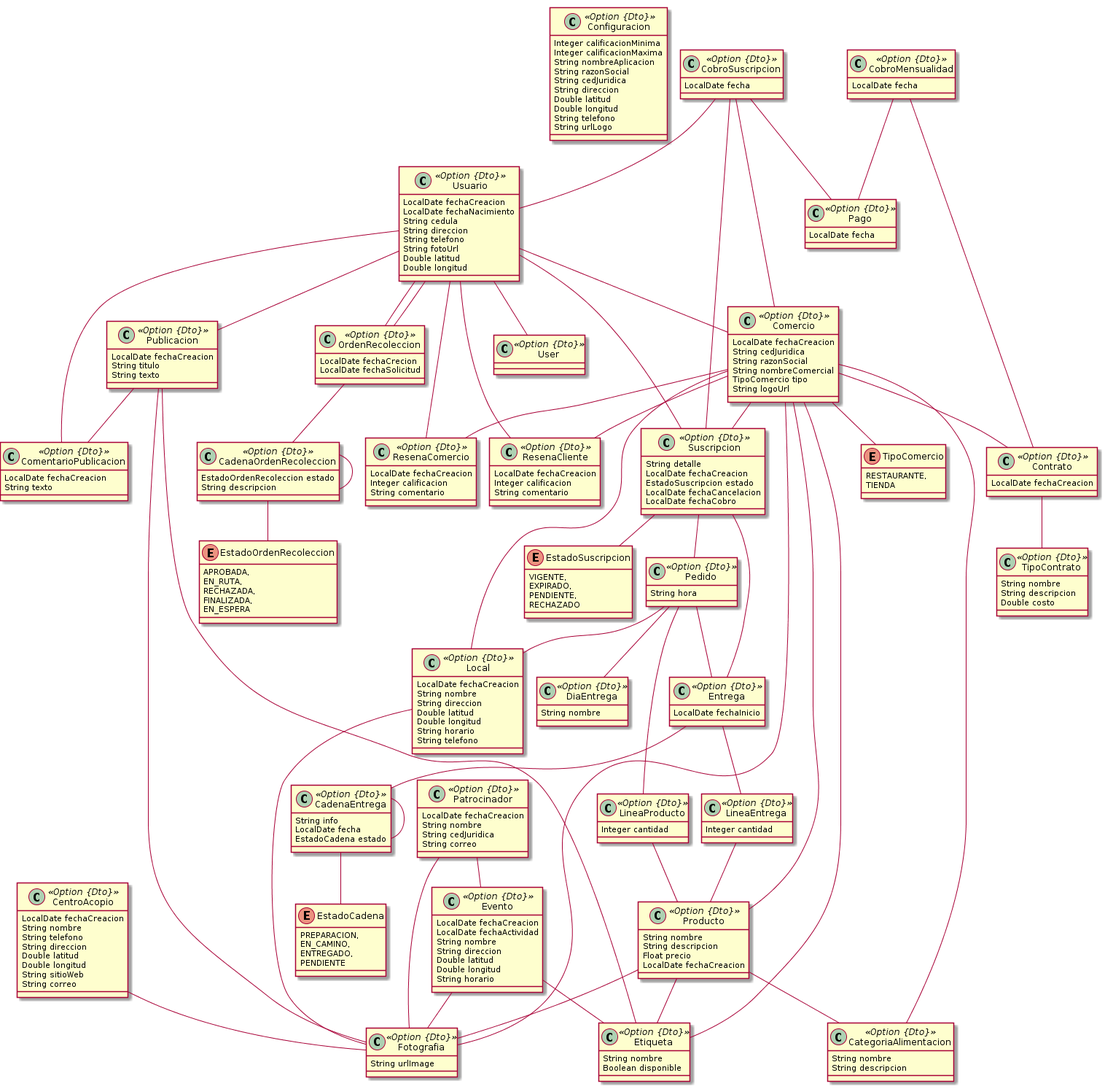
Earlier version of the PlantUML export jhipster-jdl.png (juanjocoto/GreenLife).
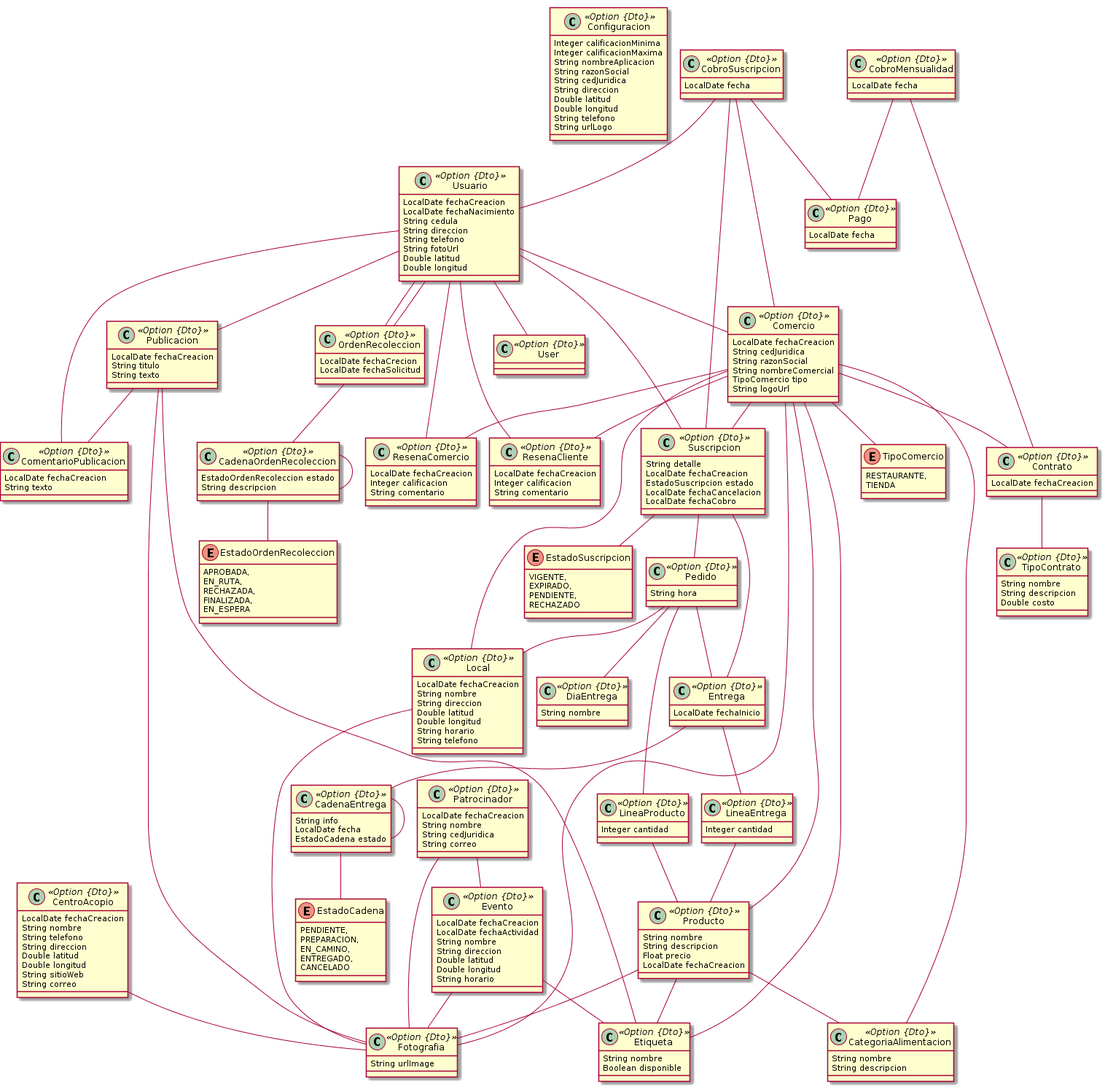
The same diagram one commit later.

What changed in the source:
```diff
@@ -166,10 +166,11 @@
 	}
 	CadenaEntrega ..> EstadoCadena
 	enum EstadoCadena {
+		PENDIENTE,
 		PREPARACION,
 		EN_CAMINO,
 		ENTREGADO,
-		PENDIENTE
+		CANCELADO
 	}
 	class CobroSuscripcion <<Option {Dto}>> {
 		LocalDate fecha
```
